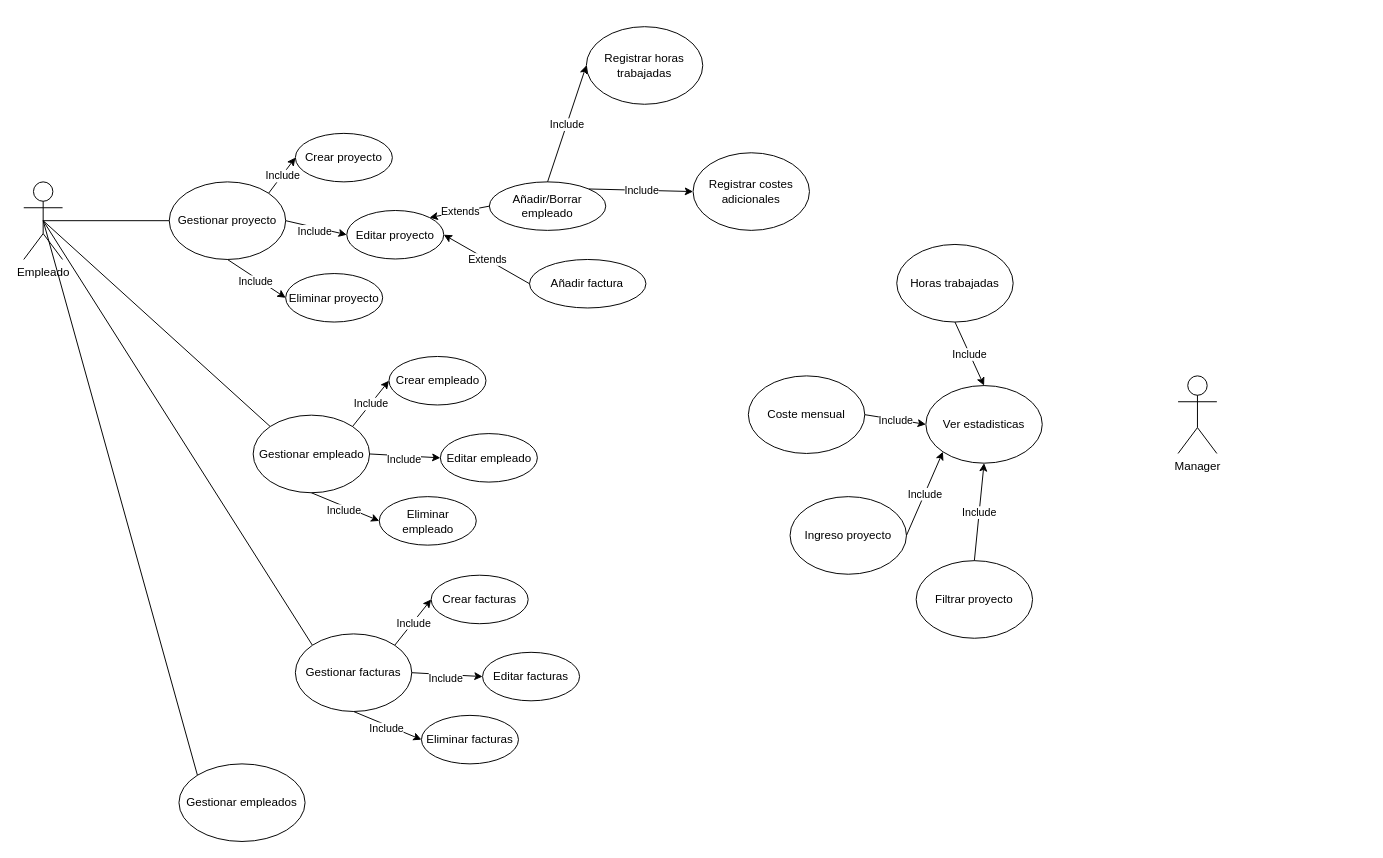
Above: diagram-proyect.drawio in Jootgitoo/DI-proyecto-final-1trimestre (draw.io), before the change. Source tidied: cells renumbered, new cells numbered last; positions are measured from the earlier drawing's top-left corner, leaving out a move shared by most shapes. Both pictures are drawn from the tidied source at 97%, with x=0, y=0 at pixel (23, 26).
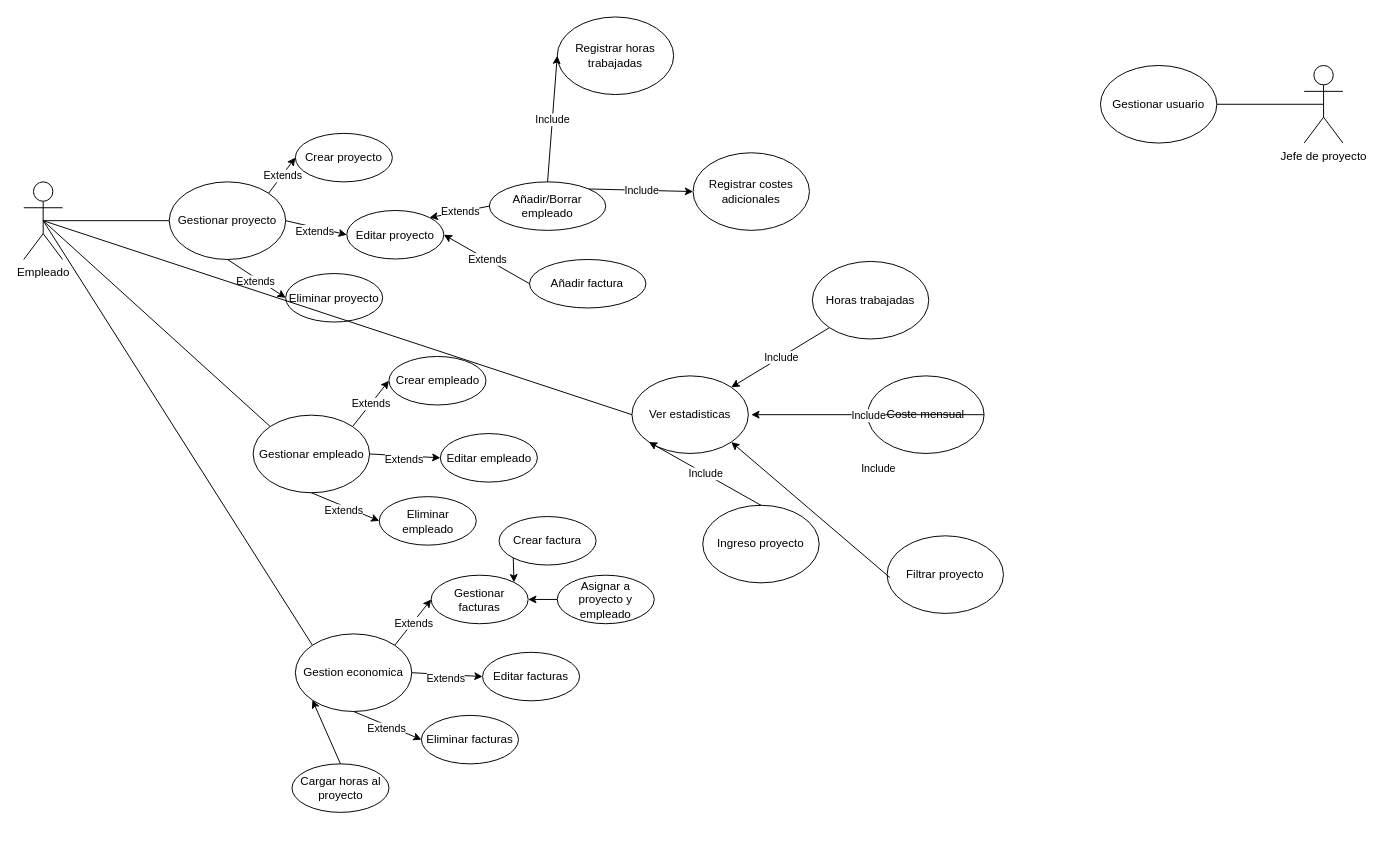
After the change.

Unchanged cells that the change refers to:
```xml
<mxCell id="3" value="&lt;div&gt;Empleado&lt;/div&gt;" style="shape=umlActor;verticalLabelPosition=bottom;verticalAlign=top;html=1;outlineConnect=0;" parent="1" vertex="1">
  <mxGeometry y="160" width="40" height="80" as="geometry" />
</mxCell>
<mxCell id="6" style="endArrow=classic;html=1;rounded=0;exitX=1;exitY=0;exitDx=0;exitDy=0;entryX=0;entryY=0.5;entryDx=0;entryDy=0;" parent="1" edge="1" source="4" target="2">
  <mxGeometry relative="1" as="geometry" />
</mxCell>
<mxCell id="9" style="endArrow=classic;html=1;rounded=0;exitX=1;exitY=0.5;exitDx=0;exitDy=0;entryX=0;entryY=0.5;entryDx=0;entryDy=0;" parent="1" edge="1" source="4" target="11">
  <mxGeometry relative="1" as="geometry" />
</mxCell>
<mxCell id="13" style="endArrow=classic;html=1;rounded=0;exitX=0.5;exitY=1;exitDx=0;exitDy=0;entryX=0;entryY=0.5;entryDx=0;entryDy=0;" parent="1" edge="1" source="4" target="12">
  <mxGeometry relative="1" as="geometry" />
</mxCell>
<mxCell id="23" style="endArrow=classic;html=1;rounded=0;exitX=1;exitY=0;exitDx=0;exitDy=0;entryX=0;entryY=0.5;entryDx=0;entryDy=0;" parent="1" edge="1" source="22" target="21">
  <mxGeometry relative="1" as="geometry" />
</mxCell>
<mxCell id="25" style="endArrow=classic;html=1;rounded=0;exitX=1;exitY=0.5;exitDx=0;exitDy=0;entryX=0;entryY=0.5;entryDx=0;entryDy=0;" parent="1" edge="1" source="22" target="27">
  <mxGeometry relative="1" as="geometry" />
</mxCell>
<mxCell id="29" style="endArrow=classic;html=1;rounded=0;exitX=0.5;exitY=1;exitDx=0;exitDy=0;entryX=0;entryY=0.5;entryDx=0;entryDy=0;" parent="1" edge="1" source="22" target="28">
  <mxGeometry relative="1" as="geometry" />
</mxCell>
<mxCell id="33" style="endArrow=classic;html=1;rounded=0;exitX=1;exitY=0;exitDx=0;exitDy=0;entryX=0;entryY=0.5;entryDx=0;entryDy=0;" parent="1" edge="1" source="32" target="31">
  <mxGeometry relative="1" as="geometry" />
</mxCell>
<mxCell id="35" style="endArrow=classic;html=1;rounded=0;exitX=1;exitY=0.5;exitDx=0;exitDy=0;entryX=0;entryY=0.5;entryDx=0;entryDy=0;" parent="1" edge="1" source="32" target="37">
  <mxGeometry relative="1" as="geometry" />
</mxCell>
<mxCell id="39" style="endArrow=classic;html=1;rounded=0;exitX=0.5;exitY=1;exitDx=0;exitDy=0;entryX=0;entryY=0.5;entryDx=0;entryDy=0;" parent="1" edge="1" source="32" target="38">
  <mxGeometry relative="1" as="geometry" />
</mxCell>
```

The edit, as a diff of the source:
```diff
@@
-    <mxCell id="7" value="Include" style="edgeLabel;html=1;align=center;verticalAlign=middle;" parent="6" vertex="1">
+    <mxCell id="7" value="Extends" style="edgeLabel;html=1;align=center;verticalAlign=middle;" parent="6" vertex="1">
       <mxGeometry relative="1" as="geometry" />
     </mxCell>
@@
-    <mxCell id="10" value="Include" style="edgeLabel;html=1;align=center;verticalAlign=middle;" parent="9" vertex="1">
+    <mxCell id="10" value="Extends" style="edgeLabel;html=1;align=center;verticalAlign=middle;" parent="9" vertex="1">
       <mxGeometry relative="1" as="geometry">
         <mxPoint x="-2" y="3" as="offset" />
       </mxGeometry>
     </mxCell>
@@
-    <mxCell id="14" value="Include" style="edgeLabel;html=1;align=center;verticalAlign=middle;" parent="13" vertex="1">
+    <mxCell id="14" value="Extends" style="edgeLabel;html=1;align=center;verticalAlign=middle;" parent="13" vertex="1">
       <mxGeometry relative="1" as="geometry">
         <mxPoint x="-2" y="3" as="offset" />
       </mxGeometry>
     </mxCell>
@@
-    <mxCell id="16" value="Gestionar empleados" style="ellipse;whiteSpace=wrap;html=1;" parent="1" vertex="1">
-      <mxGeometry x="160" y="760" width="130" height="80" as="geometry" />
-    </mxCell>
-    <mxCell id="17" style="endArrow=none;html=1;rounded=0;exitX=0.5;exitY=0.5;exitDx=0;exitDy=0;exitPerimeter=0;entryX=0;entryY=0;entryDx=0;entryDy=0;" parent="1" edge="1" source="3" target="16">
-      <mxGeometry relative="1" as="geometry" />
-    </mxCell>
@@
-    <mxCell id="24" value="Include" style="edgeLabel;html=1;align=center;verticalAlign=middle;" parent="23" vertex="1">
+    <mxCell id="24" value="Extends" style="edgeLabel;html=1;align=center;verticalAlign=middle;" parent="23" vertex="1">
       <mxGeometry relative="1" as="geometry" />
     </mxCell>
@@
-    <mxCell id="26" value="Include" style="edgeLabel;html=1;align=center;verticalAlign=middle;" parent="25" vertex="1">
+    <mxCell id="26" value="Extends" style="edgeLabel;html=1;align=center;verticalAlign=middle;" parent="25" vertex="1">
       <mxGeometry relative="1" as="geometry">
         <mxPoint x="-2" y="3" as="offset" />
       </mxGeometry>
     </mxCell>
@@
-    <mxCell id="30" value="Include" style="edgeLabel;html=1;align=center;verticalAlign=middle;" parent="29" vertex="1">
+    <mxCell id="30" value="Extends" style="edgeLabel;html=1;align=center;verticalAlign=middle;" parent="29" vertex="1">
       <mxGeometry relative="1" as="geometry">
         <mxPoint x="-2" y="3" as="offset" />
       </mxGeometry>
     </mxCell>
-    <mxCell id="31" value="Crear facturas" style="ellipse;whiteSpace=wrap;html=1;" parent="1" vertex="1">
+    <mxCell id="31" value="Gestionar facturas" style="ellipse;whiteSpace=wrap;html=1;" parent="1" vertex="1">
       <mxGeometry x="420" y="565.5" width="100" height="50" as="geometry" />
     </mxCell>
-    <mxCell id="32" value="Gestionar facturas" style="ellipse;whiteSpace=wrap;html=1;" parent="1" vertex="1">
+    <mxCell id="32" value="Gestion economica" style="ellipse;whiteSpace=wrap;html=1;" parent="1" vertex="1">
       <mxGeometry x="280" y="626" width="120" height="80" as="geometry" />
     </mxCell>
@@
-    <mxCell id="34" value="Include" style="edgeLabel;html=1;align=center;verticalAlign=middle;" parent="33" vertex="1">
+    <mxCell id="34" value="Extends" style="edgeLabel;html=1;align=center;verticalAlign=middle;" parent="33" vertex="1">
       <mxGeometry relative="1" as="geometry" />
     </mxCell>
@@
-    <mxCell id="36" value="Include" style="edgeLabel;html=1;align=center;verticalAlign=middle;" parent="35" vertex="1">
+    <mxCell id="36" value="Extends" style="edgeLabel;html=1;align=center;verticalAlign=middle;" parent="35" vertex="1">
       <mxGeometry relative="1" as="geometry">
         <mxPoint x="-2" y="3" as="offset" />
       </mxGeometry>
     </mxCell>
@@
-    <mxCell id="40" value="Include" style="edgeLabel;html=1;align=center;verticalAlign=middle;" parent="39" vertex="1">
+    <mxCell id="40" value="Extends" style="edgeLabel;html=1;align=center;verticalAlign=middle;" parent="39" vertex="1">
       <mxGeometry relative="1" as="geometry">
         <mxPoint x="-2" y="3" as="offset" />
       </mxGeometry>
     </mxCell>
@@
     <mxCell id="44" value="Registrar horas trabajadas" style="ellipse;whiteSpace=wrap;html=1;" parent="1" vertex="1">
-      <mxGeometry x="580" width="120" height="80" as="geometry" />
+      <mxGeometry x="550" y="-10" width="120" height="80" as="geometry" />
     </mxCell>
@@
-    <mxCell id="50" value="Manager" style="shape=umlActor;verticalLabelPosition=bottom;verticalAlign=top;html=1;" parent="1" vertex="1">
-      <mxGeometry x="1190" y="360" width="40" height="80" as="geometry" />
-    </mxCell>
     <mxCell id="51" value="Ver estadisticas" style="ellipse;whiteSpace=wrap;html=1;" parent="1" vertex="1">
-      <mxGeometry x="930" y="370" width="120" height="80" as="geometry" />
+      <mxGeometry x="627" y="360" width="120" height="80" as="geometry" />
     </mxCell>
     <mxCell id="52" value="Horas trabajadas" style="ellipse;whiteSpace=wrap;html=1;" parent="1" vertex="1">
-      <mxGeometry x="900" y="224.5" width="120" height="80" as="geometry" />
+      <mxGeometry x="813" y="242" width="120" height="80" as="geometry" />
     </mxCell>
     <mxCell id="53" value="Coste mensual" style="ellipse;whiteSpace=wrap;html=1;" parent="1" vertex="1">
-      <mxGeometry x="747" y="360" width="120" height="80" as="geometry" />
+      <mxGeometry x="870" y="360" width="120" height="80" as="geometry" />
     </mxCell>
     <mxCell id="54" value="Ingreso proyecto" style="ellipse;whiteSpace=wrap;html=1;" parent="1" vertex="1">
-      <mxGeometry x="790" y="484.5" width="120" height="80" as="geometry" />
+      <mxGeometry x="700" y="493.4" width="120" height="80" as="geometry" />
     </mxCell>
     <mxCell id="55" value="Filtrar proyecto" style="ellipse;whiteSpace=wrap;html=1;" parent="1" vertex="1">
-      <mxGeometry x="920" y="550.5" width="120" height="80" as="geometry" />
+      <mxGeometry x="890" y="524.9" width="120" height="80" as="geometry" />
     </mxCell>
-    <mxCell id="56" style="endArrow=classic;html=1;rounded=0;exitX=0.5;exitY=1;exitDx=0;exitDy=0;entryX=0.5;entryY=0;entryDx=0;entryDy=0;" parent="1" edge="1" source="52" target="51">
+    <mxCell id="56" style="endArrow=classic;html=1;rounded=0;exitX=0;exitY=1;exitDx=0;exitDy=0;entryX=1;entryY=0;entryDx=0;entryDy=0;" parent="1" edge="1" source="52" target="51">
       <mxGeometry relative="1" as="geometry" />
     </mxCell>
@@
-    <mxCell id="58" style="endArrow=classic;html=1;rounded=0;exitX=1;exitY=0.5;exitDx=0;exitDy=0;entryX=0;entryY=0.5;entryDx=0;entryDy=0;" parent="1" edge="1" source="53" target="51">
-      <mxGeometry relative="1" as="geometry" />
+    <mxCell id="58" style="endArrow=classic;html=1;rounded=0;exitX=1;exitY=0.5;exitDx=0;exitDy=0;" parent="1" edge="1" source="53">
+      <mxGeometry relative="1" as="geometry">
+        <mxPoint x="750" y="400" as="targetPoint" />
+      </mxGeometry>
     </mxCell>
@@
-    <mxCell id="60" style="endArrow=classic;html=1;rounded=0;exitX=1;exitY=0.5;exitDx=0;exitDy=0;entryX=0;entryY=1;entryDx=0;entryDy=0;" parent="1" edge="1" source="54" target="51">
+    <mxCell id="60" style="endArrow=classic;html=1;rounded=0;exitX=0.5;exitY=0;exitDx=0;exitDy=0;entryX=0;entryY=1;entryDx=0;entryDy=0;" parent="1" edge="1" source="54" target="51">
       <mxGeometry relative="1" as="geometry" />
     </mxCell>
@@
-    <mxCell id="62" style="endArrow=classic;html=1;rounded=0;exitX=0.5;exitY=0;exitDx=0;exitDy=0;entryX=0.5;entryY=1;entryDx=0;entryDy=0;" parent="1" edge="1" source="55" target="51">
-      <mxGeometry relative="1" as="geometry" />
+    <mxCell id="62" style="endArrow=classic;html=1;rounded=0;exitX=0.5;exitY=0;exitDx=0;exitDy=0;entryX=1;entryY=1;entryDx=0;entryDy=0;" parent="1" edge="1" target="51">
+      <mxGeometry relative="1" as="geometry">
+        <mxPoint x="893" y="568" as="sourcePoint" />
+      </mxGeometry>
     </mxCell>
     <mxCell id="63" value="Include" style="edgeLabel;html=1;align=center;verticalAlign=middle;" parent="62" vertex="1">
-      <mxGeometry relative="1" as="geometry" />
+      <mxGeometry relative="1" as="geometry">
+        <mxPoint x="70" y="-42" as="offset" />
+      </mxGeometry>
     </mxCell>
+    <mxCell id="64" style="endArrow=none;html=1;rounded=0;exitX=0.5;exitY=0.5;exitDx=0;exitDy=0;exitPerimeter=0;entryX=0;entryY=0.5;entryDx=0;entryDy=0;" parent="1" edge="1" source="3" target="51">
+      <mxGeometry relative="1" as="geometry" />
+    </mxCell>
+    <mxCell id="65" value="Crear factura" style="ellipse;whiteSpace=wrap;html=1;" parent="1" vertex="1">
+      <mxGeometry x="490" y="505" width="100" height="50" as="geometry" />
+    </mxCell>
+    <mxCell id="66" value="Asignar a proyecto y empleado" style="ellipse;whiteSpace=wrap;html=1;" parent="1" vertex="1">
+      <mxGeometry x="550" y="565.5" width="100" height="50" as="geometry" />
+    </mxCell>
+    <mxCell id="67" style="endArrow=classic;html=1;rounded=0;exitX=0;exitY=1;exitDx=0;exitDy=0;entryX=1;entryY=0;entryDx=0;entryDy=0;" parent="1" edge="1" source="65" target="31">
+      <mxGeometry relative="1" as="geometry" />
+    </mxCell>
+    <mxCell id="68" style="endArrow=classic;html=1;rounded=0;exitX=0;exitY=0.5;exitDx=0;exitDy=0;entryX=1;entryY=0.5;entryDx=0;entryDy=0;" parent="1" edge="1" source="66" target="31">
+      <mxGeometry relative="1" as="geometry" />
+    </mxCell>
+    <mxCell id="69" value="Cargar horas al proyecto" style="ellipse;whiteSpace=wrap;html=1;" parent="1" vertex="1">
+      <mxGeometry x="276.5" y="760" width="100" height="50" as="geometry" />
+    </mxCell>
+    <mxCell id="70" style="endArrow=classic;html=1;rounded=0;entryX=0;entryY=1;entryDx=0;entryDy=0;exitX=0.5;exitY=0;exitDx=0;exitDy=0;" parent="1" edge="1" source="69" target="32">
+      <mxGeometry relative="1" as="geometry" />
+    </mxCell>
+    <mxCell id="71" value="Jefe de proyecto&lt;div&gt;&lt;br&gt;&lt;/div&gt;" style="shape=umlActor;verticalLabelPosition=bottom;verticalAlign=top;html=1;outlineConnect=0;" parent="1" vertex="1">
+      <mxGeometry x="1320" y="40" width="40" height="80" as="geometry" />
+    </mxCell>
+    <mxCell id="72" value="Gestionar usuario" style="ellipse;whiteSpace=wrap;html=1;" parent="1" vertex="1">
+      <mxGeometry x="1110" y="40" width="120" height="80" as="geometry" />
+    </mxCell>
+    <mxCell id="73" style="endArrow=none;html=1;rounded=0;entryX=0.5;entryY=0.5;entryDx=0;entryDy=0;entryPerimeter=0;exitX=1;exitY=0.5;exitDx=0;exitDy=0;" parent="1" edge="1" source="72" target="71">
+      <mxGeometry relative="1" as="geometry" />
+    </mxCell>
```
